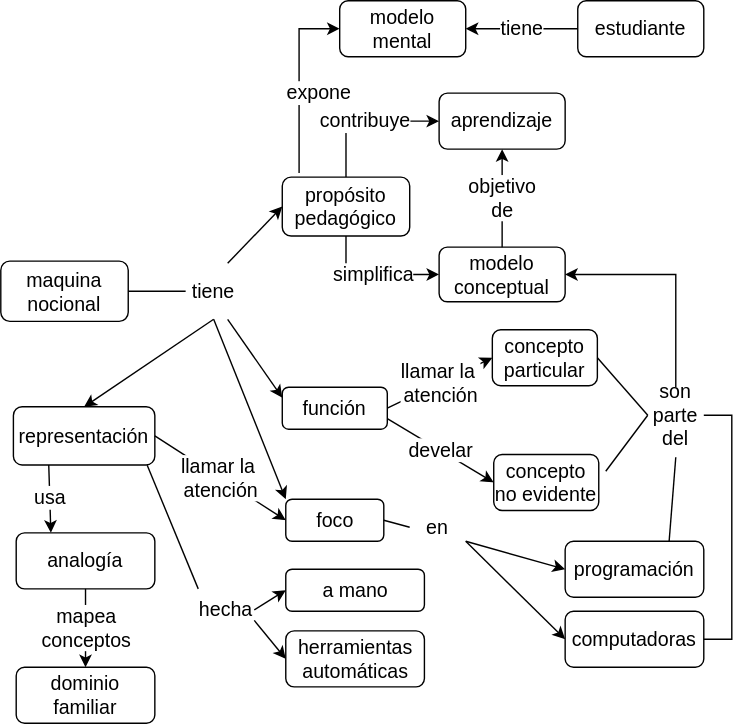
Before: diagrams/conceptmap-notional-machine.svg, a diagram exported from draw.io (yabellini/t3es2ed). Source tidied: cells renumbered, new cells last; positions are measured from the earlier drawing's top-left corner, leaving out a move shared by most shapes. Source of this version:
```xml
<mxGraphModel>
  <root>
    <mxCell id="0" />
    <mxCell id="1" parent="0" />
    <mxCell id="2" value="modelo&lt;br&gt;mental" style="rounded=1;whiteSpace=wrap;html=1;fontSize=14;" parent="1" vertex="1">
      <mxGeometry x="242" width="90" height="40" as="geometry" />
    </mxCell>
    <mxCell id="3" value="maquina&lt;br&gt;nocional" style="rounded=1;whiteSpace=wrap;html=1;fontSize=14;" parent="1" vertex="1">
      <mxGeometry y="186" width="91" height="43" as="geometry" />
    </mxCell>
    <mxCell id="4" value="simplifica" style="edgeStyle=orthogonalEdgeStyle;rounded=0;jettySize=auto;html=1;exitX=0.5;exitY=1;exitDx=0;exitDy=0;fontSize=14;entryX=0;entryY=0.5;entryDx=0;entryDy=0;" parent="1" edge="1" source="6" target="10">
      <mxGeometry relative="1" as="geometry" />
    </mxCell>
    <mxCell id="5" value="contribuye" style="edgeStyle=orthogonalEdgeStyle;rounded=0;jettySize=auto;html=1;exitX=0.5;exitY=0;exitDx=0;exitDy=0;entryX=0;entryY=0.5;entryDx=0;entryDy=0;fontSize=14;" parent="1" edge="1" source="6" target="8">
      <mxGeometry relative="1" as="geometry" />
    </mxCell>
    <mxCell id="6" value="propósito&lt;br&gt;pedagógico" style="rounded=1;whiteSpace=wrap;html=1;fontSize=14;" parent="1" vertex="1">
      <mxGeometry x="201" y="126" width="91" height="42" as="geometry" />
    </mxCell>
    <mxCell id="7" value="foco" style="rounded=1;whiteSpace=wrap;html=1;fontSize=14;" parent="1" vertex="1">
      <mxGeometry x="203.5" y="356" width="70" height="30" as="geometry" />
    </mxCell>
    <mxCell id="8" value="aprendizaje" style="rounded=1;whiteSpace=wrap;html=1;fontSize=14;" parent="1" vertex="1">
      <mxGeometry x="313" y="66" width="90" height="40" as="geometry" />
    </mxCell>
    <mxCell id="9" value="expone" style="edgeStyle=orthogonalEdgeStyle;rounded=0;jettySize=auto;html=1;fontSize=14;exitX=0.132;exitY=-0.071;exitDx=0;exitDy=0;entryX=0;entryY=0.5;entryDx=0;entryDy=0;exitPerimeter=0;" parent="1" edge="1" source="6" target="2">
      <mxGeometry x="-0.14" y="-14" relative="1" as="geometry" />
    </mxCell>
    <mxCell id="10" value="modelo&lt;br&gt;conceptual" style="rounded=1;whiteSpace=wrap;html=1;fontSize=14;" parent="1" vertex="1">
      <mxGeometry x="313" y="176" width="90" height="39" as="geometry" />
    </mxCell>
    <mxCell id="11" value="tiene" style="text;html=1;strokeColor=none;fillColor=none;align=center;verticalAlign=middle;whiteSpace=wrap;rounded=0;fontSize=14;" parent="1" vertex="1">
      <mxGeometry x="132" y="187.5" width="40" height="40" as="geometry" />
    </mxCell>
    <mxCell id="12" value="representación" style="rounded=1;whiteSpace=wrap;html=1;fontSize=14;" parent="1" vertex="1">
      <mxGeometry x="9" y="290" width="101" height="41.5" as="geometry" />
    </mxCell>
    <mxCell id="13" value="función" style="rounded=1;whiteSpace=wrap;html=1;fontSize=14;" parent="1" vertex="1">
      <mxGeometry x="201" y="276" width="75" height="30" as="geometry" />
    </mxCell>
    <mxCell id="14" style="endArrow=none;html=1;fontSize=14;exitX=0;exitY=0.5;exitDx=0;exitDy=0;entryX=1;entryY=0.5;entryDx=0;entryDy=0;" parent="1" edge="1" source="11" target="3">
      <mxGeometry relative="1" as="geometry" />
    </mxCell>
    <mxCell id="15" style="endArrow=classic;html=1;fontSize=14;exitX=0.75;exitY=0;exitDx=0;exitDy=0;entryX=0;entryY=0.5;entryDx=0;entryDy=0;" parent="1" edge="1" source="11" target="6">
      <mxGeometry relative="1" as="geometry" />
    </mxCell>
    <mxCell id="16" style="endArrow=classic;html=1;fontSize=14;exitX=0.75;exitY=1;exitDx=0;exitDy=0;entryX=0;entryY=0.25;entryDx=0;entryDy=0;" parent="1" edge="1" source="11" target="13">
      <mxGeometry relative="1" as="geometry" />
    </mxCell>
    <mxCell id="17" value="programación" style="rounded=1;whiteSpace=wrap;html=1;fontSize=14;" parent="1" vertex="1">
      <mxGeometry x="403" y="386" width="99" height="40" as="geometry" />
    </mxCell>
    <mxCell id="18" value="computadoras" style="rounded=1;whiteSpace=wrap;html=1;fontSize=14;" parent="1" vertex="1">
      <mxGeometry x="403" y="436" width="99" height="40" as="geometry" />
    </mxCell>
    <mxCell id="19" value="concepto no evidente" style="rounded=1;whiteSpace=wrap;html=1;fontSize=14;" parent="1" vertex="1">
      <mxGeometry x="352" y="324" width="75" height="40" as="geometry" />
    </mxCell>
    <mxCell id="20" value="develar" style="endArrow=classic;html=1;fontSize=14;exitX=1;exitY=0.75;exitDx=0;exitDy=0;entryX=0;entryY=0.5;entryDx=0;entryDy=0;" parent="1" edge="1" source="13" target="19">
      <mxGeometry relative="1" as="geometry" />
    </mxCell>
    <mxCell id="21" value="objetivo &lt;br&gt;de" style="endArrow=classic;html=1;fontSize=14;entryX=0.5;entryY=1;entryDx=0;entryDy=0;exitX=0.5;exitY=0;exitDx=0;exitDy=0;" parent="1" edge="1" source="10" target="8">
      <mxGeometry relative="1" as="geometry" />
    </mxCell>
    <mxCell id="22" value="concepto particular" style="rounded=1;whiteSpace=wrap;html=1;fontSize=14;" parent="1" vertex="1">
      <mxGeometry x="351" y="235" width="75" height="40" as="geometry" />
    </mxCell>
    <mxCell id="23" value="llamar la&amp;nbsp;&lt;br&gt;atención" style="endArrow=classic;html=1;fontSize=14;exitX=1;exitY=0.5;exitDx=0;exitDy=0;entryX=0;entryY=0.5;entryDx=0;entryDy=0;" parent="1" edge="1" source="13" target="22">
      <mxGeometry relative="1" as="geometry" />
    </mxCell>
    <mxCell id="24" value="son parte del" style="text;html=1;strokeColor=none;fillColor=none;align=center;verticalAlign=middle;whiteSpace=wrap;rounded=0;fontSize=14;" parent="1" vertex="1">
      <mxGeometry x="462" y="276" width="40" height="40" as="geometry" />
    </mxCell>
    <mxCell id="25" style="endArrow=none;html=1;fontSize=14;exitX=0;exitY=0.5;exitDx=0;exitDy=0;entryX=1;entryY=0.5;entryDx=0;entryDy=0;" parent="1" edge="1" source="24" target="22">
      <mxGeometry relative="1" as="geometry" />
    </mxCell>
    <mxCell id="26" style="endArrow=none;html=1;fontSize=14;" parent="1" edge="1">
      <mxGeometry relative="1" as="geometry">
        <mxPoint x="462" y="296" as="sourcePoint" />
        <mxPoint x="432" y="336" as="targetPoint" />
      </mxGeometry>
    </mxCell>
    <mxCell id="27" style="edgeStyle=orthogonalEdgeStyle;rounded=0;jettySize=auto;html=1;entryX=1;entryY=0.5;entryDx=0;entryDy=0;fontSize=14;exitX=0.5;exitY=0;exitDx=0;exitDy=0;" parent="1" edge="1" source="24" target="10">
      <mxGeometry relative="1" as="geometry" />
    </mxCell>
    <mxCell id="28" style="endArrow=classic;html=1;fontSize=14;exitX=0.5;exitY=1;exitDx=0;exitDy=0;entryX=0.5;entryY=0;entryDx=0;entryDy=0;" parent="1" edge="1" source="11" target="12">
      <mxGeometry relative="1" as="geometry" />
    </mxCell>
    <mxCell id="29" style="endArrow=classic;html=1;fontSize=14;entryX=0;entryY=0;entryDx=0;entryDy=0;exitX=0.5;exitY=1;exitDx=0;exitDy=0;" parent="1" edge="1" source="11" target="7">
      <mxGeometry relative="1" as="geometry" />
    </mxCell>
    <mxCell id="30" style="endArrow=none;html=1;fontSize=14;exitX=0;exitY=0.5;exitDx=0;exitDy=0;entryX=1;entryY=0.5;entryDx=0;entryDy=0;" parent="1" edge="1" source="31" target="7">
      <mxGeometry relative="1" as="geometry" />
    </mxCell>
    <mxCell id="31" value="en" style="text;html=1;strokeColor=none;fillColor=none;align=center;verticalAlign=middle;whiteSpace=wrap;rounded=0;fontSize=14;" parent="1" vertex="1">
      <mxGeometry x="292" y="356" width="40" height="40" as="geometry" />
    </mxCell>
    <mxCell id="32" style="endArrow=classic;html=1;fontSize=14;entryX=0;entryY=0.5;entryDx=0;entryDy=0;exitX=1;exitY=0.75;exitDx=0;exitDy=0;" parent="1" edge="1" source="31" target="18">
      <mxGeometry relative="1" as="geometry" />
    </mxCell>
    <mxCell id="33" style="endArrow=classic;html=1;fontSize=14;entryX=0;entryY=0.5;entryDx=0;entryDy=0;exitX=1;exitY=0.75;exitDx=0;exitDy=0;" parent="1" edge="1" source="31" target="17">
      <mxGeometry relative="1" as="geometry" />
    </mxCell>
    <mxCell id="34" style="endArrow=none;html=1;fontSize=14;exitX=0.75;exitY=0;exitDx=0;exitDy=0;" parent="1" edge="1" source="17">
      <mxGeometry relative="1" as="geometry">
        <mxPoint x="482" y="326" as="targetPoint" />
      </mxGeometry>
    </mxCell>
    <mxCell id="35" style="edgeStyle=orthogonalEdgeStyle;rounded=0;jettySize=auto;html=1;entryX=1;entryY=0.5;entryDx=0;entryDy=0;fontSize=14;exitX=1;exitY=0.5;exitDx=0;exitDy=0;endArrow=none;endFill=0;" parent="1" edge="1" source="18" target="24">
      <mxGeometry relative="1" as="geometry" />
    </mxCell>
    <mxCell id="36" value="estudiante" style="rounded=1;whiteSpace=wrap;html=1;fontSize=14;" parent="1" vertex="1">
      <mxGeometry x="412" width="90" height="40" as="geometry" />
    </mxCell>
    <mxCell id="37" value="tiene" style="endArrow=classic;html=1;fontSize=14;entryX=1;entryY=0.5;entryDx=0;entryDy=0;exitX=0;exitY=0.5;exitDx=0;exitDy=0;" parent="1" edge="1" source="36" target="2">
      <mxGeometry relative="1" as="geometry" />
    </mxCell>
    <mxCell id="38" value="llamar la&amp;nbsp;&lt;br&gt;atención" style="endArrow=classic;html=1;fontSize=14;exitX=1;exitY=0.5;exitDx=0;exitDy=0;entryX=0;entryY=0.5;entryDx=0;entryDy=0;" parent="1" edge="1" source="12" target="7">
      <mxGeometry relative="1" as="geometry" />
    </mxCell>
    <mxCell id="39" style="endArrow=none;html=1;fontSize=14;exitX=0;exitY=0;exitDx=0;exitDy=0;entryX=0.946;entryY=1.006;entryDx=0;entryDy=0;entryPerimeter=0;" parent="1" edge="1" source="40" target="12">
      <mxGeometry relative="1" as="geometry" />
    </mxCell>
    <mxCell id="40" value="hecha" style="text;html=1;strokeColor=none;fillColor=none;align=center;verticalAlign=middle;whiteSpace=wrap;rounded=0;fontSize=14;" parent="1" vertex="1">
      <mxGeometry x="141" y="420" width="40" height="30" as="geometry" />
    </mxCell>
    <mxCell id="41" style="endArrow=classic;html=1;fontSize=14;entryX=0;entryY=0.5;entryDx=0;entryDy=0;exitX=1;exitY=0.5;exitDx=0;exitDy=0;" parent="1" edge="1" source="40" target="43">
      <mxGeometry relative="1" as="geometry" />
    </mxCell>
    <mxCell id="42" style="endArrow=classic;html=1;fontSize=14;entryX=0;entryY=0.5;entryDx=0;entryDy=0;exitX=1;exitY=0.75;exitDx=0;exitDy=0;" parent="1" edge="1" source="40" target="44">
      <mxGeometry relative="1" as="geometry" />
    </mxCell>
    <mxCell id="43" value="a mano" style="rounded=1;whiteSpace=wrap;html=1;fontSize=14;" parent="1" vertex="1">
      <mxGeometry x="203.5" y="406" width="99" height="30" as="geometry" />
    </mxCell>
    <mxCell id="44" value="herramientas automáticas" style="rounded=1;whiteSpace=wrap;html=1;fontSize=14;" parent="1" vertex="1">
      <mxGeometry x="203.5" y="450" width="99" height="40" as="geometry" />
    </mxCell>
    <mxCell id="45" value="usa" style="endArrow=classic;html=1;fontSize=14;entryX=0.25;entryY=0;entryDx=0;entryDy=0;exitX=0.25;exitY=1;exitDx=0;exitDy=0;" parent="1" edge="1" source="12" target="46">
      <mxGeometry relative="1" as="geometry" />
    </mxCell>
    <mxCell id="46" value="analogía" style="rounded=1;whiteSpace=wrap;html=1;fontSize=14;" parent="1" vertex="1">
      <mxGeometry x="11" y="380" width="99" height="40" as="geometry" />
    </mxCell>
    <mxCell id="47" value="dominio familiar" style="rounded=1;whiteSpace=wrap;html=1;fontSize=14;" parent="1" vertex="1">
      <mxGeometry x="11" y="476" width="99" height="40" as="geometry" />
    </mxCell>
    <mxCell id="48" value="mapea &lt;br&gt;conceptos" style="endArrow=classic;html=1;fontSize=14;exitX=0.5;exitY=1;exitDx=0;exitDy=0;" parent="1" edge="1" source="46" target="47">
      <mxGeometry relative="1" as="geometry" />
    </mxCell>
  </root>
</mxGraphModel>
```
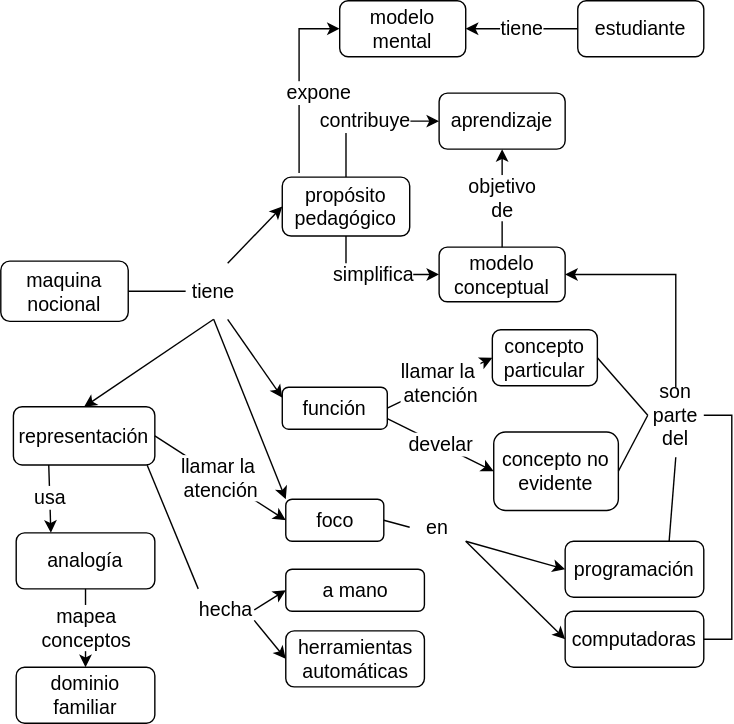
Above is the later version.

Commit message:
Correcciones al capitulo de modelos.

The edit, as a diff of the source:
```diff
@@ -54,7 +54,7 @@
       <mxGeometry x="403" y="436" width="99" height="40" as="geometry" />
     </mxCell>
     <mxCell id="19" value="concepto no evidente" style="rounded=1;whiteSpace=wrap;html=1;fontSize=14;" parent="1" vertex="1">
-      <mxGeometry x="352" y="324" width="75" height="40" as="geometry" />
+      <mxGeometry x="352" y="308" width="89" height="56" as="geometry" />
     </mxCell>
     <mxCell id="20" value="develar" style="endArrow=classic;html=1;fontSize=14;exitX=1;exitY=0.75;exitDx=0;exitDy=0;entryX=0;entryY=0.5;entryDx=0;entryDy=0;" parent="1" edge="1" source="13" target="19">
       <mxGeometry relative="1" as="geometry" />
@@ -74,10 +74,9 @@
     <mxCell id="25" style="endArrow=none;html=1;fontSize=14;exitX=0;exitY=0.5;exitDx=0;exitDy=0;entryX=1;entryY=0.5;entryDx=0;entryDy=0;" parent="1" edge="1" source="24" target="22">
       <mxGeometry relative="1" as="geometry" />
     </mxCell>
-    <mxCell id="26" style="endArrow=none;html=1;fontSize=14;" parent="1" edge="1">
+    <mxCell id="26" style="endArrow=none;html=1;fontSize=14;entryX=1;entryY=0.5;entryDx=0;entryDy=0;" parent="1" edge="1" target="19">
       <mxGeometry relative="1" as="geometry">
         <mxPoint x="462" y="296" as="sourcePoint" />
-        <mxPoint x="432" y="336" as="targetPoint" />
       </mxGeometry>
     </mxCell>
     <mxCell id="27" style="edgeStyle=orthogonalEdgeStyle;rounded=0;jettySize=auto;html=1;entryX=1;entryY=0.5;entryDx=0;entryDy=0;fontSize=14;exitX=0.5;exitY=0;exitDx=0;exitDy=0;" parent="1" edge="1" source="24" target="10">
```
